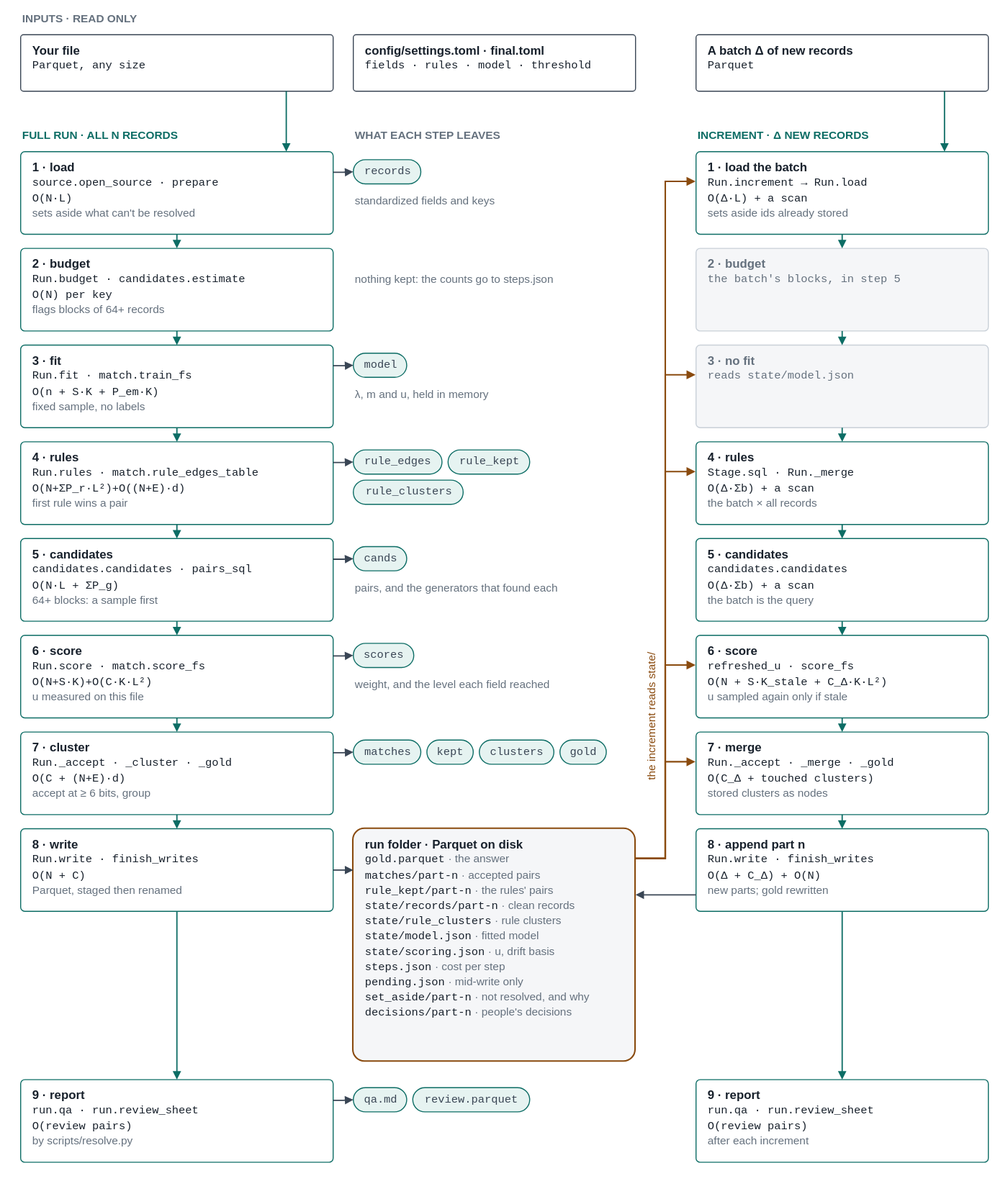
Above: docs/architecture.drawio.svg in mvsbm/entity_matching (draw.io), before the change. Source tidied: cells renumbered, new cells last; positions are measured from the earlier drawing's top-left corner, leaving out a move shared by most shapes.
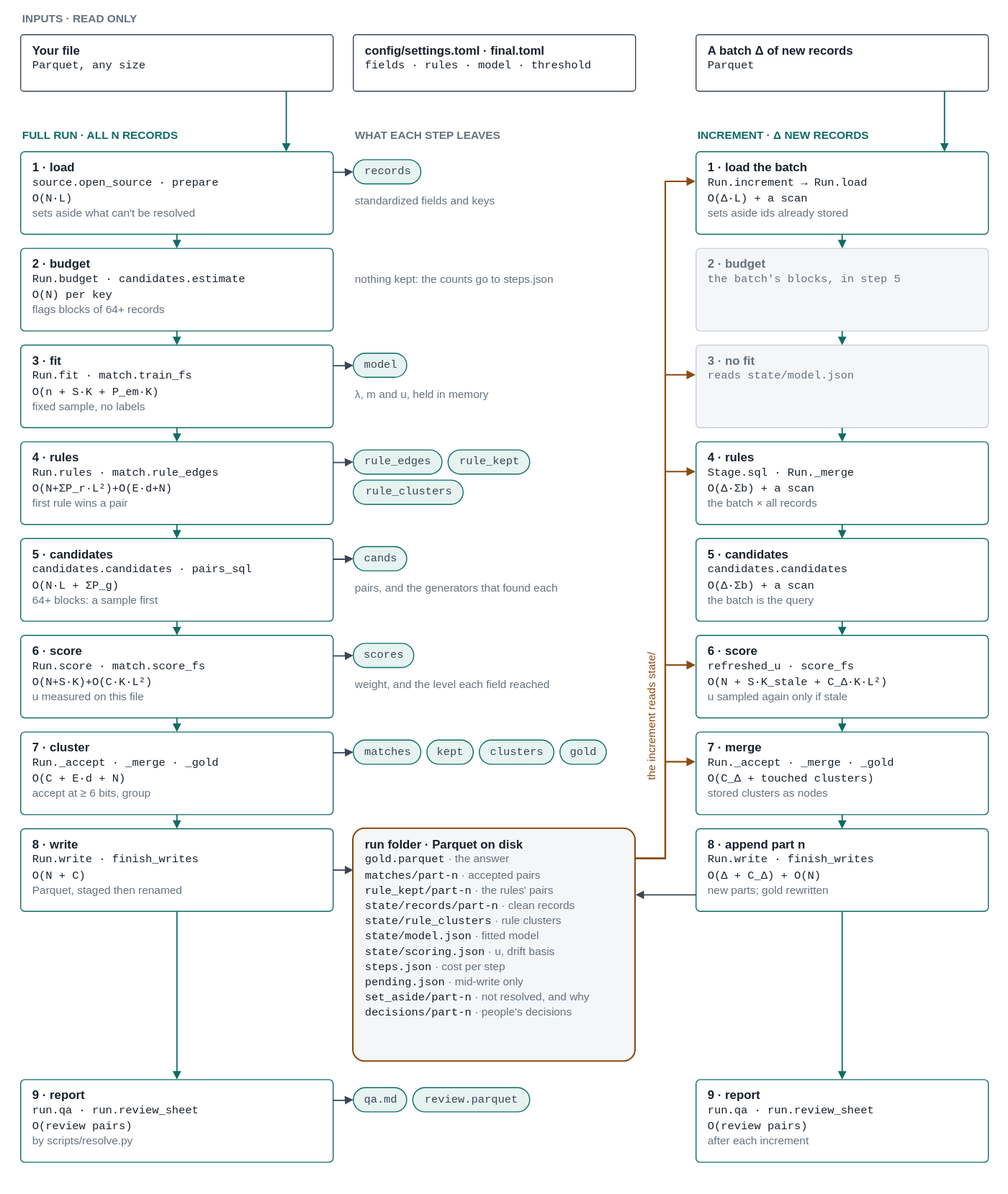
After the change.

The edit, as a diff of the source:
```diff
@@ -62,7 +62,7 @@
     <mxCell id="21" style="edgeStyle=orthogonalEdgeStyle;rounded=0;html=1;endArrow=block;endFill=1;endSize=5;strokeColor=#3a4655;strokeWidth=1.3;exitX=1;exitY=0.25;entryX=0;entryY=0.5;" parent="1" edge="1" source="17" target="19">
       <mxGeometry relative="1" as="geometry" />
     </mxCell>
-    <mxCell id="22" value="&lt;b&gt;4 · rules&lt;/b&gt;&lt;br&gt;&lt;font face=&quot;Courier New&quot; style=&quot;font-size:11px&quot;&gt;Run.rules · match.rule_edges_table&lt;/font&gt;&lt;br&gt;&lt;font face=&quot;Courier New&quot; style=&quot;font-size:11px&quot;&gt;O(N+ΣP_r·L²)+O((N+E)·d)&lt;/font&gt;&lt;br&gt;&lt;font color=&quot;#65717e&quot; style=&quot;font-size:11px&quot;&gt;first rule wins a pair&lt;/font&gt;" style="rounded=1;arcSize=5;whiteSpace=wrap;html=1;align=left;verticalAlign=top;spacingLeft=10;spacingTop=2;fontFamily=Helvetica;fontSize=12;fontColor=#18212c;fillColor=#ffffff;strokeColor=#0d6d65;" parent="1" vertex="1">
+    <mxCell id="22" value="&lt;b&gt;4 · rules&lt;/b&gt;&lt;br&gt;&lt;font face=&quot;Courier New&quot; style=&quot;font-size:11px&quot;&gt;Run.rules · match.rule_edges&lt;/font&gt;&lt;br&gt;&lt;font face=&quot;Courier New&quot; style=&quot;font-size:11px&quot;&gt;O(N+ΣP_r·L²)+O(E·d+N)&lt;/font&gt;&lt;br&gt;&lt;font color=&quot;#65717e&quot; style=&quot;font-size:11px&quot;&gt;first rule wins a pair&lt;/font&gt;" style="rounded=1;arcSize=5;whiteSpace=wrap;html=1;align=left;verticalAlign=top;spacingLeft=10;spacingTop=2;fontFamily=Helvetica;fontSize=12;fontColor=#18212c;fillColor=#ffffff;strokeColor=#0d6d65;" parent="1" vertex="1">
       <mxGeometry y="430" width="310" height="82" as="geometry" />
     </mxCell>
     <mxCell id="23" value="&lt;b&gt;4 · rules&lt;/b&gt;&lt;br&gt;&lt;font face=&quot;Courier New&quot; style=&quot;font-size:11px&quot;&gt;Stage.sql · Run._merge&lt;/font&gt;&lt;br&gt;&lt;font face=&quot;Courier New&quot; style=&quot;font-size:11px&quot;&gt;O(Δ·Σb) + a scan&lt;/font&gt;&lt;br&gt;&lt;font color=&quot;#65717e&quot; style=&quot;font-size:11px&quot;&gt;the batch × all records&lt;/font&gt;" style="rounded=1;arcSize=5;whiteSpace=wrap;html=1;align=left;verticalAlign=top;spacingLeft=10;spacingTop=2;fontFamily=Helvetica;fontSize=12;fontColor=#18212c;fillColor=#ffffff;strokeColor=#0d6d65;" parent="1" vertex="1">
@@ -110,7 +110,7 @@
     <mxCell id="37" style="edgeStyle=orthogonalEdgeStyle;rounded=0;html=1;endArrow=block;endFill=1;endSize=5;strokeColor=#3a4655;strokeWidth=1.3;exitX=1;exitY=0.25;entryX=0;entryY=0.5;" parent="1" edge="1" source="33" target="35">
       <mxGeometry relative="1" as="geometry" />
     </mxCell>
-    <mxCell id="38" value="&lt;b&gt;7 · cluster&lt;/b&gt;&lt;br&gt;&lt;font face=&quot;Courier New&quot; style=&quot;font-size:11px&quot;&gt;Run._accept · _cluster · _gold&lt;/font&gt;&lt;br&gt;&lt;font face=&quot;Courier New&quot; style=&quot;font-size:11px&quot;&gt;O(C + (N+E)·d)&lt;/font&gt;&lt;br&gt;&lt;font color=&quot;#65717e&quot; style=&quot;font-size:11px&quot;&gt;accept at ≥ 6 bits, group&lt;/font&gt;" style="rounded=1;arcSize=5;whiteSpace=wrap;html=1;align=left;verticalAlign=top;spacingLeft=10;spacingTop=2;fontFamily=Helvetica;fontSize=12;fontColor=#18212c;fillColor=#ffffff;strokeColor=#0d6d65;" parent="1" vertex="1">
+    <mxCell id="38" value="&lt;b&gt;7 · cluster&lt;/b&gt;&lt;br&gt;&lt;font face=&quot;Courier New&quot; style=&quot;font-size:11px&quot;&gt;Run._accept · _merge · _gold&lt;/font&gt;&lt;br&gt;&lt;font face=&quot;Courier New&quot; style=&quot;font-size:11px&quot;&gt;O(C + E·d + N)&lt;/font&gt;&lt;br&gt;&lt;font color=&quot;#65717e&quot; style=&quot;font-size:11px&quot;&gt;accept at ≥ 6 bits, group&lt;/font&gt;" style="rounded=1;arcSize=5;whiteSpace=wrap;html=1;align=left;verticalAlign=top;spacingLeft=10;spacingTop=2;fontFamily=Helvetica;fontSize=12;fontColor=#18212c;fillColor=#ffffff;strokeColor=#0d6d65;" parent="1" vertex="1">
       <mxGeometry y="718" width="310" height="82" as="geometry" />
     </mxCell>
     <mxCell id="39" value="&lt;b&gt;7 · merge&lt;/b&gt;&lt;br&gt;&lt;font face=&quot;Courier New&quot; style=&quot;font-size:11px&quot;&gt;Run._accept · _merge · _gold&lt;/font&gt;&lt;br&gt;&lt;font face=&quot;Courier New&quot; style=&quot;font-size:11px&quot;&gt;O(C_Δ + touched clusters)&lt;/font&gt;&lt;br&gt;&lt;font color=&quot;#65717e&quot; style=&quot;font-size:11px&quot;&gt;stored clusters as nodes&lt;/font&gt;" style="rounded=1;arcSize=5;whiteSpace=wrap;html=1;align=left;verticalAlign=top;spacingLeft=10;spacingTop=2;fontFamily=Helvetica;fontSize=12;fontColor=#18212c;fillColor=#ffffff;strokeColor=#0d6d65;" parent="1" vertex="1">
```
